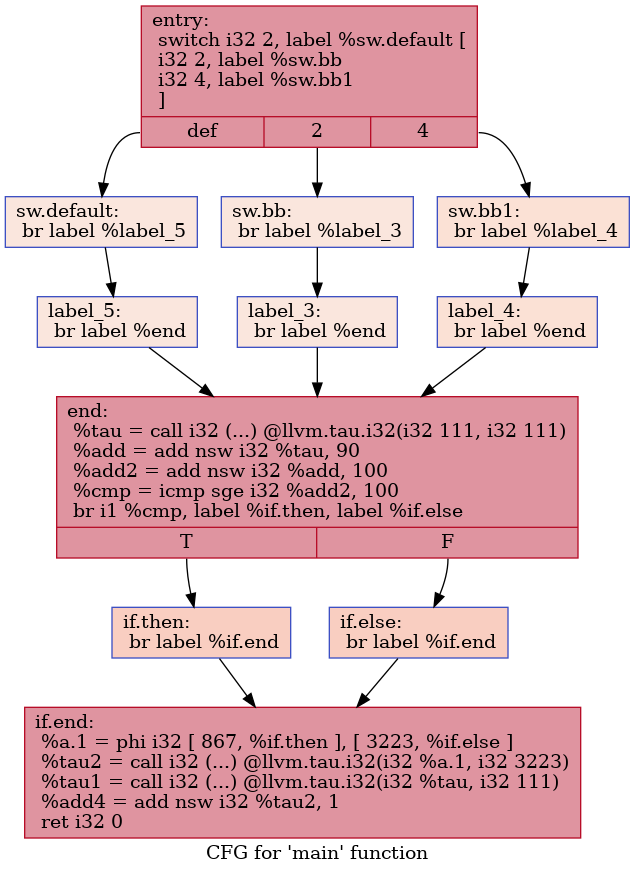
Before: IR/cfg/SCCP_HPSSA.dot.png, a diagram exported from Graphviz (HPSSA-LLVM/HPSSA-LLVM). Its source is kept beside it as IR/cfg/SCCP_HPSSA.dot.
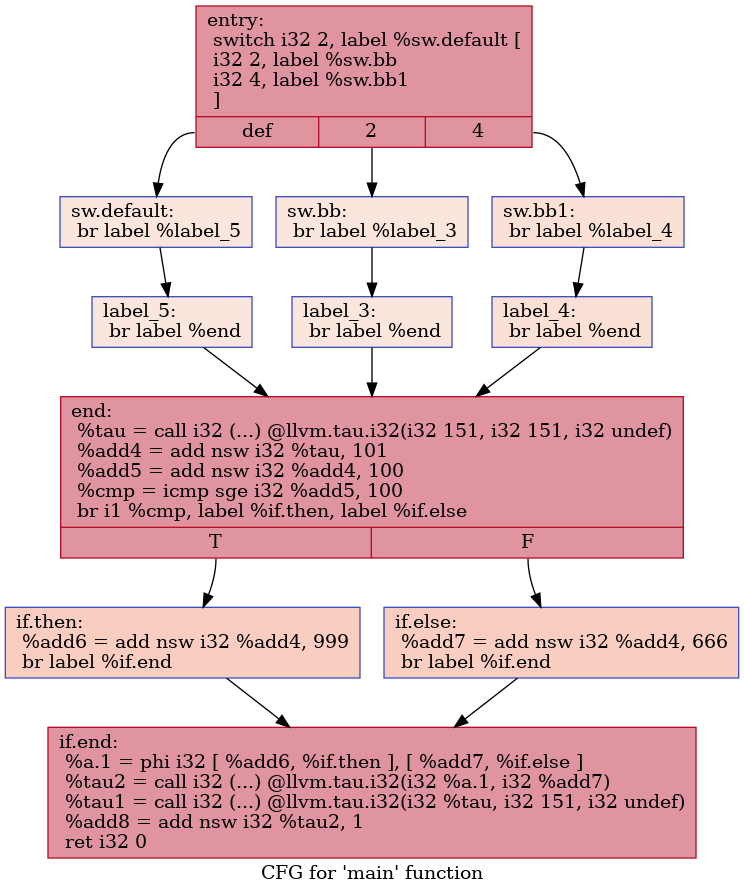
After the commit.

Diff of the diagram source:
```diff
@@ -1,28 +1,28 @@
 digraph "CFG for 'main' function" {
 	label="CFG for 'main' function";
 
-	Node0x55d3906098d0 [shape=record,color="#b70d28ff", style=filled, fillcolor="#b70d2870",label="{entry:\l  switch i32 2, label %sw.default [\l    i32 2, label %sw.bb\l    i32 4, label %sw.bb1\l  ]\l|{<s0>def|<s1>2|<s2>4}}"];
-	Node0x55d3906098d0:s0 -> Node0x55d390609a00;
-	Node0x55d3906098d0:s1 -> Node0x55d390609a80;
-	Node0x55d3906098d0:s2 -> Node0x55d390609b20;
-	Node0x55d390609a80 [shape=record,color="#3d50c3ff", style=filled, fillcolor="#f3c7b170",label="{sw.bb:                                            \l  br label %label_3\l}"];
-	Node0x55d390609a80 -> Node0x55d390609cb0;
-	Node0x55d390609b20 [shape=record,color="#3d50c3ff", style=filled, fillcolor="#f7bca170",label="{sw.bb1:                                           \l  br label %label_4\l}"];
-	Node0x55d390609b20 -> Node0x55d390609d90;
-	Node0x55d390609a00 [shape=record,color="#3d50c3ff", style=filled, fillcolor="#f3c7b170",label="{sw.default:                                       \l  br label %label_5\l}"];
-	Node0x55d390609a00 -> Node0x55d390609e70;
-	Node0x55d390609cb0 [shape=record,color="#3d50c3ff", style=filled, fillcolor="#f3c7b170",label="{label_3:                                          \l  br label %end\l}"];
-	Node0x55d390609cb0 -> Node0x55d390609f50;
-	Node0x55d390609d90 [shape=record,color="#3d50c3ff", style=filled, fillcolor="#f7bca170",label="{label_4:                                          \l  br label %end\l}"];
-	Node0x55d390609d90 -> Node0x55d390609f50;
-	Node0x55d390609e70 [shape=record,color="#3d50c3ff", style=filled, fillcolor="#f3c7b170",label="{label_5:                                          \l  br label %end\l}"];
-	Node0x55d390609e70 -> Node0x55d390609f50;
-	Node0x55d390609f50 [shape=record,color="#b70d28ff", style=filled, fillcolor="#b70d2870",label="{end:                                              \l  %tau = call i32 (...) @llvm.tau.i32(i32 111, i32 111)\l  %add = add nsw i32 %tau, 90\l  %add2 = add nsw i32 %add, 100\l  %cmp = icmp sge i32 %add2, 100\l  br i1 %cmp, label %if.then, label %if.else\l|{<s0>T|<s1>F}}"];
-	Node0x55d390609f50:s0 -> Node0x55d39060a5a0;
-	Node0x55d390609f50:s1 -> Node0x55d39060a7b0;
-	Node0x55d39060a5a0 [shape=record,color="#3d50c3ff", style=filled, fillcolor="#f2907270",label="{if.then:                                          \l  br label %if.end\l}"];
-	Node0x55d39060a5a0 -> Node0x55d39060a8d0;
-	Node0x55d39060a7b0 [shape=record,color="#3d50c3ff", style=filled, fillcolor="#f2907270",label="{if.else:                                          \l  br label %if.end\l}"];
-	Node0x55d39060a7b0 -> Node0x55d39060a8d0;
-	Node0x55d39060a8d0 [shape=record,color="#b70d28ff", style=filled, fillcolor="#b70d2870",label="{if.end:                                           \l  %a.1 = phi i32 [ 867, %if.then ], [ 3223, %if.else ]\l  %tau2 = call i32 (...) @llvm.tau.i32(i32 %a.1, i32 3223)\l  %tau1 = call i32 (...) @llvm.tau.i32(i32 %tau, i32 111)\l  %add4 = add nsw i32 %tau2, 1\l  ret i32 0\l}"];
+	Node0x563f4ae61920 [shape=record,color="#b70d28ff", style=filled, fillcolor="#b70d2870",label="{entry:\l  switch i32 2, label %sw.default [\l    i32 2, label %sw.bb\l    i32 4, label %sw.bb1\l  ]\l|{<s0>def|<s1>2|<s2>4}}"];
+	Node0x563f4ae61920:s0 -> Node0x563f4ae61a50;
+	Node0x563f4ae61920:s1 -> Node0x563f4ae61ad0;
+	Node0x563f4ae61920:s2 -> Node0x563f4ae61b70;
+	Node0x563f4ae61ad0 [shape=record,color="#3d50c3ff", style=filled, fillcolor="#f3c7b170",label="{sw.bb:                                            \l  br label %label_3\l}"];
+	Node0x563f4ae61ad0 -> Node0x563f4ae61d00;
+	Node0x563f4ae61b70 [shape=record,color="#3d50c3ff", style=filled, fillcolor="#f7bca170",label="{sw.bb1:                                           \l  br label %label_4\l}"];
+	Node0x563f4ae61b70 -> Node0x563f4ae61de0;
+	Node0x563f4ae61a50 [shape=record,color="#3d50c3ff", style=filled, fillcolor="#f3c7b170",label="{sw.default:                                       \l  br label %label_5\l}"];
+	Node0x563f4ae61a50 -> Node0x563f4ae61ec0;
+	Node0x563f4ae61d00 [shape=record,color="#3d50c3ff", style=filled, fillcolor="#f3c7b170",label="{label_3:                                          \l  br label %end\l}"];
+	Node0x563f4ae61d00 -> Node0x563f4ae61fa0;
+	Node0x563f4ae61de0 [shape=record,color="#3d50c3ff", style=filled, fillcolor="#f7bca170",label="{label_4:                                          \l  br label %end\l}"];
+	Node0x563f4ae61de0 -> Node0x563f4ae61fa0;
+	Node0x563f4ae61ec0 [shape=record,color="#3d50c3ff", style=filled, fillcolor="#f3c7b170",label="{label_5:                                          \l  br label %end\l}"];
+	Node0x563f4ae61ec0 -> Node0x563f4ae61fa0;
+	Node0x563f4ae61fa0 [shape=record,color="#b70d28ff", style=filled, fillcolor="#b70d2870",label="{end:                                              \l  %tau = call i32 (...) @llvm.tau.i32(i32 151, i32 151, i32 undef)\l  %add4 = add nsw i32 %tau, 101\l  %add5 = add nsw i32 %add4, 100\l  %cmp = icmp sge i32 %add5, 100\l  br i1 %cmp, label %if.then, label %if.else\l|{<s0>T|<s1>F}}"];
+	Node0x563f4ae61fa0:s0 -> Node0x563f4ae62960;
+	Node0x563f4ae61fa0:s1 -> Node0x563f4ae62b70;
+	Node0x563f4ae62960 [shape=record,color="#3d50c3ff", style=filled, fillcolor="#f2907270",label="{if.then:                                          \l  %add6 = add nsw i32 %add4, 999\l  br label %if.end\l}"];
+	Node0x563f4ae62960 -> Node0x563f4ae62d70;
+	Node0x563f4ae62b70 [shape=record,color="#3d50c3ff", style=filled, fillcolor="#f2907270",label="{if.else:                                          \l  %add7 = add nsw i32 %add4, 666\l  br label %if.end\l}"];
+	Node0x563f4ae62b70 -> Node0x563f4ae62d70;
+	Node0x563f4ae62d70 [shape=record,color="#b70d28ff", style=filled, fillcolor="#b70d2870",label="{if.end:                                           \l  %a.1 = phi i32 [ %add6, %if.then ], [ %add7, %if.else ]\l  %tau2 = call i32 (...) @llvm.tau.i32(i32 %a.1, i32 %add7)\l  %tau1 = call i32 (...) @llvm.tau.i32(i32 %tau, i32 151, i32 undef)\l  %add8 = add nsw i32 %tau2, 1\l  ret i32 0\l}"];
 }
```
